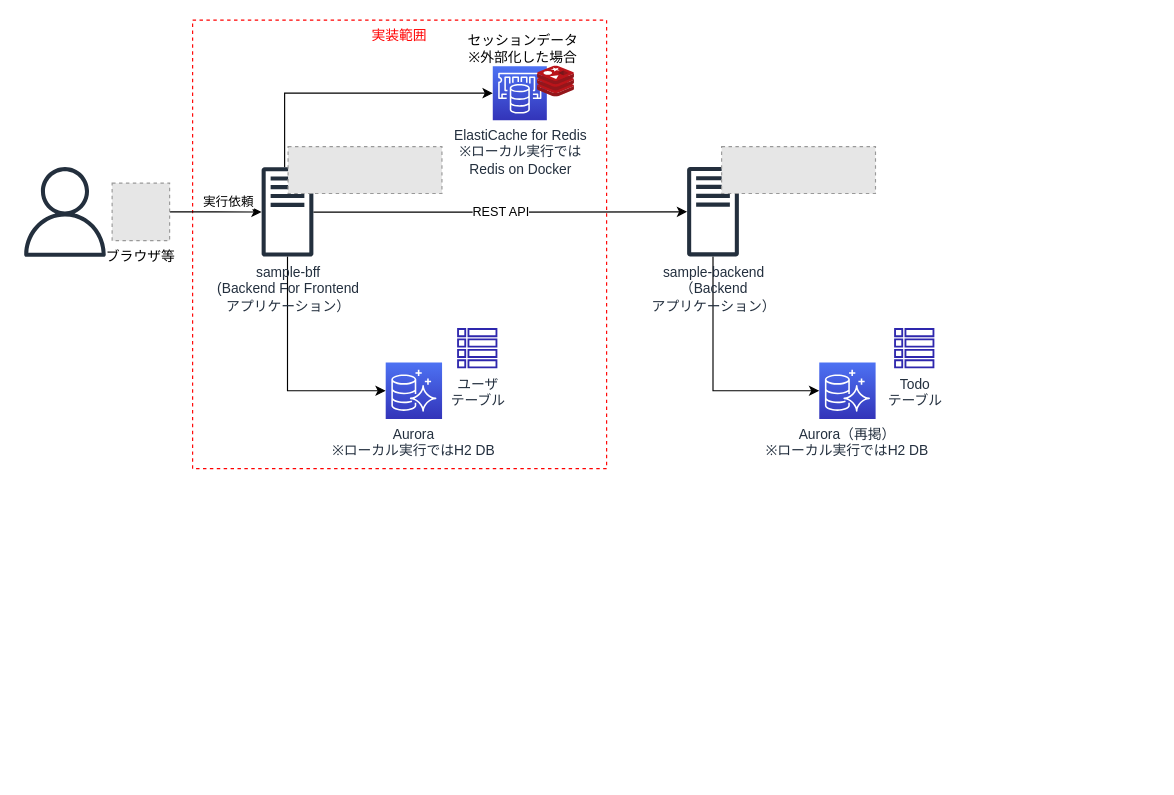
Before: img/sample-bff.drawio in mysd33/sample-bff, a draw.io diagram. Source tidied: cells renumbered, new cells numbered last; positions are measured from the earlier drawing's top-left corner, leaving out a move shared by most shapes. Both pictures are drawn from the tidied source at 115%, with x=0, y=0 at pixel (20, 20). Pictures stored in the file or linked from it are replaced by grey dashed boxes.
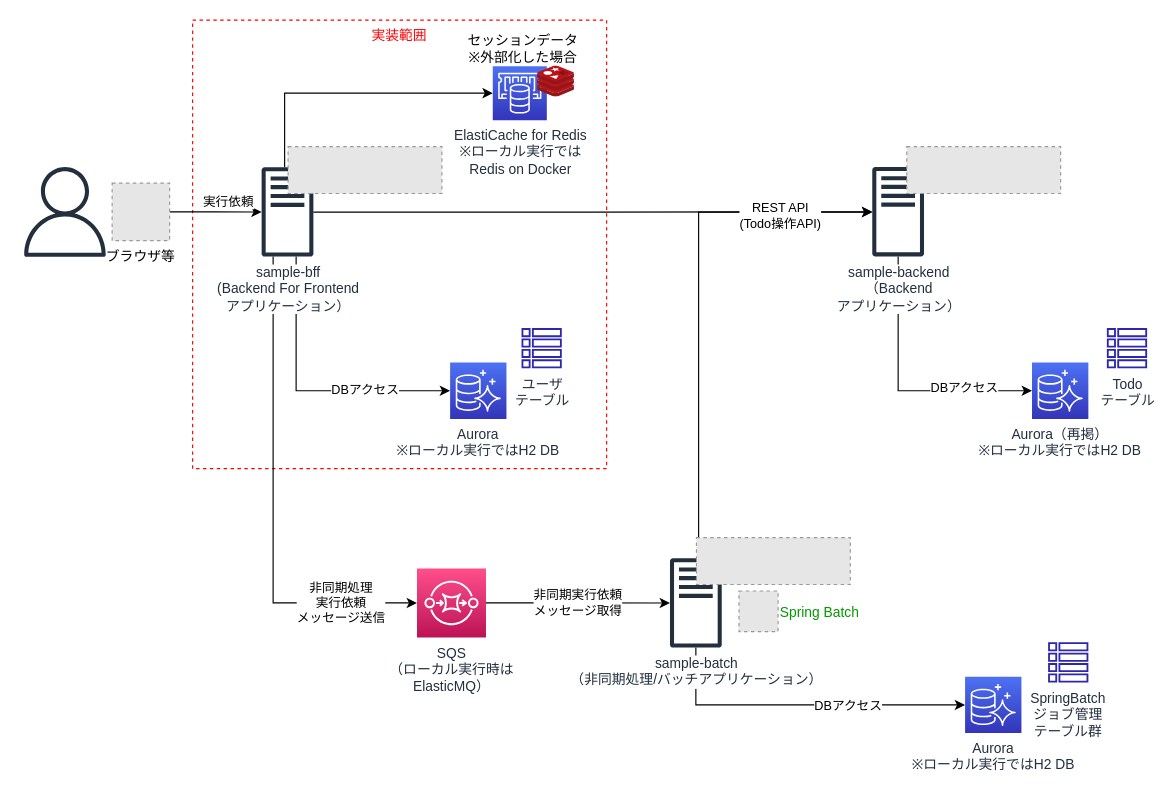
The same page after the edit.

Diff of the diagram source:
```diff
@@
-    <mxCell id="4" value="REST API" style="edgeStyle=orthogonalEdgeStyle;rounded=0;jettySize=auto;html=1;" parent="1" edge="1" source="7" target="10">
-      <mxGeometry relative="1" as="geometry" />
-    </mxCell>
-    <mxCell id="5" style="edgeStyle=orthogonalEdgeStyle;rounded=0;jettySize=auto;html=1;entryX=0;entryY=0.5;entryDx=0;entryDy=0;entryPerimeter=0;" parent="1" edge="1" source="7" target="15">
-      <mxGeometry relative="1" as="geometry">
+    <mxCell id="5" value="DBアクセス" style="edgeStyle=orthogonalEdgeStyle;rounded=0;jettySize=auto;html=1;entryX=0;entryY=0.5;entryDx=0;entryDy=0;entryPerimeter=0;" parent="1" edge="1" source="7" target="15">
+      <mxGeometry x="0.41" relative="1" as="geometry">
         <Array as="points">
-          <mxPoint x="233" y="322.8" />
+          <mxPoint x="240" y="322" />
         </Array>
       </mxGeometry>
     </mxCell>
@@
+    <mxCell id="21" value="非同期処理&lt;br&gt;実行依頼&lt;br&gt;メッセージ送信" style="edgeStyle=orthogonalEdgeStyle;rounded=0;jettySize=auto;html=1;entryX=0;entryY=0.5;entryDx=0;entryDy=0;entryPerimeter=0;" parent="1" edge="1" source="7" target="25">
+      <mxGeometry x="0.69" relative="1" as="geometry">
+        <Array as="points">
+          <mxPoint x="220" y="507" />
+        </Array>
+      </mxGeometry>
+    </mxCell>
-    <mxCell id="7" value="sample-bff&lt;br&gt;(Backend For Frontend&lt;br&gt;アプリケーション）" style="sketch=0;outlineConnect=0;fontColor=#232F3E;gradientColor=none;fillColor=#232F3D;strokeColor=none;dashed=0;verticalLabelPosition=bottom;verticalAlign=top;align=center;html=1;fontSize=12;fontStyle=0;shape=mxgraph.aws4.traditional_server;" parent="1" vertex="1">
+    <mxCell id="7" value="sample-bff&lt;br&gt;(Backend For Frontend&lt;br&gt;アプリケーション）" style="sketch=0;outlineConnect=0;fontColor=#232F3E;gradientColor=none;fillColor=#232F3D;strokeColor=none;dashed=0;verticalLabelPosition=bottom;verticalAlign=top;align=center;html=1;fontSize=12;fontStyle=0;shape=mxgraph.aws4.traditional_server;labelBackgroundColor=default;" parent="1" vertex="1">
       <mxGeometry x="210" y="127.8" width="45" height="78" as="geometry" />
     </mxCell>
@@
-    <mxCell id="9" style="edgeStyle=orthogonalEdgeStyle;rounded=0;jettySize=auto;html=1;entryX=0;entryY=0.5;entryDx=0;entryDy=0;entryPerimeter=0;" parent="1" edge="1" source="10" target="16">
-      <mxGeometry relative="1" as="geometry">
+    <mxCell id="9" value="DBアクセス" style="edgeStyle=orthogonalEdgeStyle;rounded=0;jettySize=auto;html=1;entryX=0;entryY=0.5;entryDx=0;entryDy=0;entryPerimeter=0;" parent="1" edge="1" source="10" target="16">
+      <mxGeometry x="0.49" y="2" relative="1" as="geometry">
         <Array as="points">
-          <mxPoint x="603" y="322.8" />
+          <mxPoint x="764" y="322.8" />
         </Array>
       </mxGeometry>
     </mxCell>
-    <mxCell id="10" value="sample-backend&lt;br&gt;（Backend&lt;br&gt;アプリケーション）" style="sketch=0;outlineConnect=0;fontColor=#232F3E;gradientColor=none;fillColor=#232F3D;strokeColor=none;dashed=0;verticalLabelPosition=bottom;verticalAlign=top;align=center;html=1;fontSize=12;fontStyle=0;shape=mxgraph.aws4.traditional_server;" parent="1" vertex="1">
-      <mxGeometry x="580" y="127.6" width="45" height="78" as="geometry" />
+    <mxCell id="10" value="sample-backend&lt;br&gt;（Backend&lt;br&gt;アプリケーション）" style="sketch=0;outlineConnect=0;fontColor=#232F3E;gradientColor=none;fillColor=#232F3D;strokeColor=none;dashed=0;verticalLabelPosition=bottom;verticalAlign=top;align=center;html=1;fontSize=12;fontStyle=0;shape=mxgraph.aws4.traditional_server;labelBackgroundColor=default;" parent="1" vertex="1">
+      <mxGeometry x="741" y="127.6" width="45" height="78" as="geometry" />
     </mxCell>
     <mxCell id="11" style="fillColor=#E6E6E6;strokeColor=#999999;dashed=1;verticalLabelPosition=bottom;verticalAlign=top;" parent="1" vertex="1">
-      <mxGeometry x="610" y="110" width="133.8" height="40.8" as="geometry" />
+      <mxGeometry x="771" y="110" width="133.8" height="40.8" as="geometry" />
     </mxCell>
@@
     <mxCell id="15" value="Aurora&lt;br&gt;※ローカル実行ではH2 DB" style="sketch=0;points=[[0,0,0],[0.25,0,0],[0.5,0,0],[0.75,0,0],[1,0,0],[0,1,0],[0.25,1,0],[0.5,1,0],[0.75,1,0],[1,1,0],[0,0.25,0],[0,0.5,0],[0,0.75,0],[1,0.25,0],[1,0.5,0],[1,0.75,0]];outlineConnect=0;fontColor=#232F3E;gradientColor=#4D72F3;gradientDirection=north;fillColor=#3334B9;strokeColor=#ffffff;dashed=0;verticalLabelPosition=bottom;verticalAlign=top;align=center;html=1;fontSize=12;fontStyle=0;shape=mxgraph.aws4.resourceIcon;resIcon=mxgraph.aws4.aurora;" parent="1" vertex="1">
-      <mxGeometry x="317.9" y="297.8" width="49" height="49" as="geometry" />
+      <mxGeometry x="373.9" y="297.8" width="49" height="49" as="geometry" />
     </mxCell>
     <mxCell id="16" value="Aurora（再掲）&lt;br&gt;※ローカル実行ではH2 DB" style="sketch=0;points=[[0,0,0],[0.25,0,0],[0.5,0,0],[0.75,0,0],[1,0,0],[0,1,0],[0.25,1,0],[0.5,1,0],[0.75,1,0],[1,1,0],[0,0.25,0],[0,0.5,0],[0,0.75,0],[1,0.25,0],[1,0.5,0],[1,0.75,0]];outlineConnect=0;fontColor=#232F3E;gradientColor=#4D72F3;gradientDirection=north;fillColor=#3334B9;strokeColor=#ffffff;dashed=0;verticalLabelPosition=bottom;verticalAlign=top;align=center;html=1;fontSize=12;fontStyle=0;shape=mxgraph.aws4.resourceIcon;resIcon=mxgraph.aws4.aurora;" parent="1" vertex="1">
-      <mxGeometry x="694.9" y="297.8" width="49" height="49" as="geometry" />
+      <mxGeometry x="879.9" y="297.8" width="49" height="49" as="geometry" />
     </mxCell>
     <mxCell id="17" value="ユーザ&lt;br&gt;テーブル" style="sketch=0;fontColor=#232F3E;gradientColor=none;fillColor=#2E27AD;strokeColor=none;dashed=0;verticalLabelPosition=bottom;verticalAlign=top;align=center;html=1;fontSize=12;fontStyle=0;shape=mxgraph.aws4.table;" parent="1" vertex="1">
-      <mxGeometry x="380" y="267.8" width="35" height="35" as="geometry" />
+      <mxGeometry x="436" y="267.8" width="35" height="35" as="geometry" />
     </mxCell>
     <mxCell id="18" value="Todo&lt;br&gt;テーブル" style="sketch=0;fontColor=#232F3E;gradientColor=none;fillColor=#2E27AD;strokeColor=none;dashed=0;verticalLabelPosition=bottom;verticalAlign=top;align=center;html=1;fontSize=12;fontStyle=0;shape=mxgraph.aws4.table;" parent="1" vertex="1">
-      <mxGeometry x="760" y="267.8" width="35" height="35" as="geometry" />
+      <mxGeometry x="945" y="267.8" width="35" height="35" as="geometry" />
     </mxCell>
@@
+    <mxCell id="22" style="edgeStyle=orthogonalEdgeStyle;rounded=0;jettySize=auto;html=1;" parent="1" edge="1" source="29" target="10">
+      <mxGeometry relative="1" as="geometry">
+        <Array as="points">
+          <mxPoint x="590" y="167" />
+        </Array>
+      </mxGeometry>
+    </mxCell>
+    <mxCell id="23" value="DBアクセス" style="edgeStyle=orthogonalEdgeStyle;rounded=0;jettySize=auto;html=1;entryX=0;entryY=0.5;entryDx=0;entryDy=0;entryPerimeter=0;" parent="1" edge="1" source="29" target="27">
+      <mxGeometry x="0.28" relative="1" as="geometry">
+        <Array as="points">
+          <mxPoint x="588" y="596" />
+        </Array>
+      </mxGeometry>
+    </mxCell>
+    <mxCell id="24" value="非同期実行依頼&lt;br&gt;メッセージ取得" style="edgeStyle=orthogonalEdgeStyle;rounded=0;jettySize=auto;html=1;" parent="1" edge="1" source="25" target="29">
+      <mxGeometry relative="1" as="geometry" />
+    </mxCell>
+    <mxCell id="25" value="SQS&lt;br&gt;（ローカル実行時は&lt;br&gt;ElasticMQ）" style="sketch=0;points=[[0,0,0],[0.25,0,0],[0.5,0,0],[0.75,0,0],[1,0,0],[0,1,0],[0.25,1,0],[0.5,1,0],[0.75,1,0],[1,1,0],[0,0.25,0],[0,0.5,0],[0,0.75,0],[1,0.25,0],[1,0.5,0],[1,0.75,0]];outlineConnect=0;fontColor=#232F3E;gradientColor=#FF4F8B;gradientDirection=north;fillColor=#BC1356;strokeColor=#ffffff;dashed=0;verticalLabelPosition=bottom;verticalAlign=top;align=center;html=1;fontSize=12;fontStyle=0;shape=mxgraph.aws4.resourceIcon;resIcon=mxgraph.aws4.sqs;" parent="1" vertex="1">
+      <mxGeometry x="345.1" y="476.8" width="60" height="60" as="geometry" />
+    </mxCell>
+    <mxCell id="26" value="Spring Batch" style="fillColor=#E6E6E6;strokeColor=#999999;dashed=1;verticalLabelPosition=middle;verticalAlign=middle;fontColor=#009900;labelPosition=right;align=left;fontFamily=Helvetica;" parent="1" vertex="1">
+      <mxGeometry x="625.1" y="496.4" width="34" height="35.4" as="geometry" />
+    </mxCell>
+    <mxCell id="4" value="REST API&lt;br&gt;(Todo操作API)" style="edgeStyle=orthogonalEdgeStyle;rounded=0;jettySize=auto;html=1;" parent="1" edge="1" source="7" target="10">
+      <mxGeometry x="0.67" y="-3" relative="1" as="geometry" />
+    </mxCell>
+    <mxCell id="27" value="Aurora&lt;br&gt;※ローカル実行ではH2 DB" style="sketch=0;points=[[0,0,0],[0.25,0,0],[0.5,0,0],[0.75,0,0],[1,0,0],[0,1,0],[0.25,1,0],[0.5,1,0],[0.75,1,0],[1,1,0],[0,0.25,0],[0,0.5,0],[0,0.75,0],[1,0.25,0],[1,0.5,0],[1,0.75,0]];outlineConnect=0;fontColor=#232F3E;gradientColor=#4D72F3;gradientDirection=north;fillColor=#3334B9;strokeColor=#ffffff;dashed=0;verticalLabelPosition=bottom;verticalAlign=top;align=center;html=1;fontSize=12;fontStyle=0;shape=mxgraph.aws4.resourceIcon;resIcon=mxgraph.aws4.aurora;" parent="1" vertex="1">
+      <mxGeometry x="821.7" y="571" width="49" height="49" as="geometry" />
+    </mxCell>
+    <mxCell id="28" value="SpringBatch&lt;br&gt;ジョブ管理&lt;br&gt;テーブル群" style="sketch=0;fontColor=#232F3E;gradientColor=none;fillColor=#2E27AD;strokeColor=none;dashed=0;verticalLabelPosition=bottom;verticalAlign=top;align=center;html=1;fontSize=12;fontStyle=0;shape=mxgraph.aws4.table;" parent="1" vertex="1">
+      <mxGeometry x="893.9" y="541" width="35" height="35" as="geometry" />
+    </mxCell>
+    <mxCell id="29" value="sample-batch&lt;br&gt;（非同期処理/バッチアプリケーション）" style="sketch=0;outlineConnect=0;fontColor=#232F3E;gradientColor=none;fillColor=#232F3D;strokeColor=none;dashed=0;verticalLabelPosition=bottom;verticalAlign=top;align=center;html=1;fontSize=12;fontStyle=0;shape=mxgraph.aws4.traditional_server;labelBackgroundColor=default;" parent="1" vertex="1">
+      <mxGeometry x="565.1" y="467.8" width="45" height="78" as="geometry" />
+    </mxCell>
+    <mxCell id="30" style="fillColor=#E6E6E6;strokeColor=#999999;dashed=1;verticalLabelPosition=bottom;verticalAlign=top;" parent="1" vertex="1">
+      <mxGeometry x="588.1" y="450" width="133.8" height="40.8" as="geometry" />
+    </mxCell>
```
